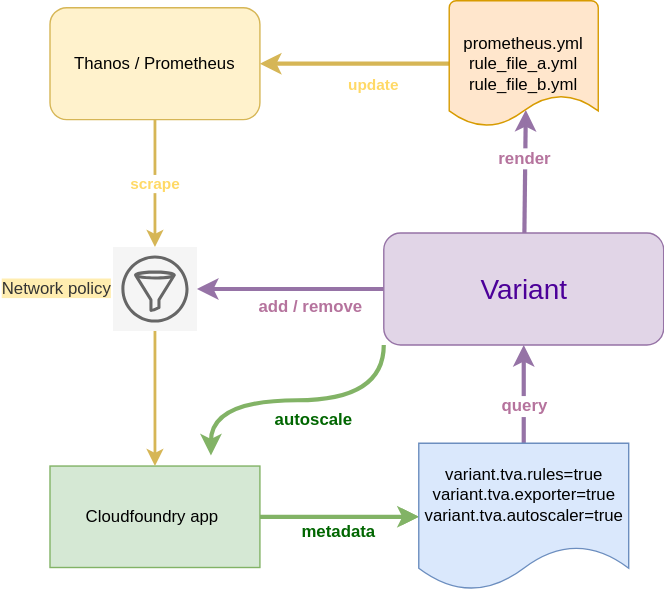
The draw.io diagram resources/variant.svg in philips-software/variant, before a commit. Source tidied: cells renumbered, new cells last; positions are measured from the earlier drawing's top-left corner, leaving out a move shared by most shapes. Source of this version:
```xml
<mxGraphModel>
  <root>
    <mxCell id="0" />
    <mxCell id="1" parent="0" />
    <mxCell id="2" value="&lt;b&gt;&lt;font color=&quot;#ffd966&quot;&gt;scrape&lt;/font&gt;&lt;/b&gt;" style="edgeStyle=orthogonalEdgeStyle;curved=1;jettySize=auto;html=1;strokeWidth=2;fillColor=#fff2cc;strokeColor=#d6b656;noEdgeStyle=1;" parent="1" edge="1" source="3" target="20">
      <mxGeometry relative="1" as="geometry" />
    </mxCell>
    <mxCell id="3" value="Thanos / Prometheus" style="rounded=1;whiteSpace=wrap;html=1;strokeWidth=1;fillColor=#fff2cc;strokeColor=#d6b656;" parent="1" vertex="1">
      <mxGeometry y="5" width="150" height="80" as="geometry" />
    </mxCell>
    <mxCell id="4" style="edgeStyle=orthogonalEdgeStyle;curved=1;jettySize=auto;html=1;entryX=0.514;entryY=0.867;entryDx=0;entryDy=0;entryPerimeter=0;strokeWidth=3;fillColor=#e1d5e7;strokeColor=#9673a6;noEdgeStyle=1;" parent="1" edge="1" source="8" target="11">
      <mxGeometry relative="1" as="geometry" />
    </mxCell>
    <mxCell id="5" value="&lt;b&gt;&lt;font style=&quot;font-size: 12px&quot; color=&quot;#b5739d&quot;&gt;render&lt;/font&gt;&lt;/b&gt;" style="edgeLabel;html=1;align=center;verticalAlign=middle;labelPosition=center;verticalLabelPosition=middle;" parent="4" vertex="1">
      <mxGeometry x="0.21" y="1" relative="1" as="geometry" />
    </mxCell>
    <mxCell id="6" style="edgeStyle=orthogonalEdgeStyle;curved=1;jettySize=auto;html=1;exitX=0;exitY=0.5;exitDx=0;exitDy=0;fillColor=#e1d5e7;strokeColor=#9673a6;strokeWidth=3;noEdgeStyle=1;" parent="1" edge="1" source="8" target="20">
      <mxGeometry relative="1" as="geometry" />
    </mxCell>
    <mxCell id="7" style="edgeStyle=orthogonalEdgeStyle;jettySize=auto;html=1;exitX=0;exitY=1;exitDx=0;exitDy=0;curved=1;strokeWidth=3;fillColor=#d5e8d4;strokeColor=#82b366;" parent="1" edge="1" source="8">
      <mxGeometry relative="1" as="geometry">
        <mxPoint x="115" y="325" as="targetPoint" />
      </mxGeometry>
    </mxCell>
    <mxCell id="8" value="&lt;font style=&quot;font-size: 20px&quot; color=&quot;#4c0099&quot;&gt;Variant&lt;/font&gt;" style="rounded=1;whiteSpace=wrap;html=1;strokeWidth=1;fillColor=#e1d5e7;strokeColor=#9673a6;" parent="1" vertex="1">
      <mxGeometry x="238.5" y="166" width="200" height="80" as="geometry" />
    </mxCell>
    <mxCell id="9" style="edgeStyle=orthogonalEdgeStyle;curved=1;jettySize=auto;html=1;entryX=1;entryY=0.5;entryDx=0;entryDy=0;strokeWidth=3;fillColor=#fff2cc;strokeColor=#d6b656;noEdgeStyle=1;" parent="1" edge="1" source="11" target="3">
      <mxGeometry relative="1" as="geometry" />
    </mxCell>
    <mxCell id="10" value="&lt;b&gt;&lt;font color=&quot;#ffd966&quot;&gt;update&lt;/font&gt;&lt;/b&gt;" style="edgeLabel;html=1;align=center;verticalAlign=top;labelPosition=center;verticalLabelPosition=bottom;" parent="9" vertex="1">
      <mxGeometry x="-0.18" y="2" relative="1" as="geometry" />
    </mxCell>
    <mxCell id="11" value="prometheus.yml&lt;br&gt;rule_file_a.yml&lt;br&gt;rule_file_b.yml" style="strokeWidth=1;html=1;shape=mxgraph.flowchart.document2;whiteSpace=wrap;size=0.25;fillColor=#ffe6cc;strokeColor=#d79b00;" parent="1" vertex="1">
      <mxGeometry x="285.2" width="106.5" height="90" as="geometry" />
    </mxCell>
    <mxCell id="12" style="edgeStyle=orthogonalEdgeStyle;curved=1;jettySize=auto;html=1;fillColor=#d5e8d4;strokeColor=#82b366;strokeWidth=2;noEdgeStyle=1;" parent="1" edge="1" source="15" target="18">
      <mxGeometry relative="1" as="geometry" />
    </mxCell>
    <mxCell id="13" value="&lt;b&gt;&lt;font style=&quot;font-size: 12px&quot; color=&quot;#006600&quot;&gt;metadata&lt;/font&gt;&lt;/b&gt;" style="edgeLabel;html=1;align=center;verticalAlign=top;labelPosition=center;verticalLabelPosition=bottom;" parent="12" vertex="1">
      <mxGeometry x="-0.03" y="3" relative="1" as="geometry" />
    </mxCell>
    <mxCell id="14" style="edgeStyle=orthogonalEdgeStyle;curved=1;jettySize=auto;html=1;strokeWidth=3;fillColor=#d5e8d4;strokeColor=#82b366;" parent="1" edge="1" source="15" target="18">
      <mxGeometry relative="1" as="geometry" />
    </mxCell>
    <mxCell id="15" value="Cloudfoundry app&amp;nbsp;" style="rounded=0;whiteSpace=wrap;html=1;strokeWidth=1;fillColor=#d5e8d4;strokeColor=#82b366;" parent="1" vertex="1">
      <mxGeometry y="332.5" width="150" height="72.5" as="geometry" />
    </mxCell>
    <mxCell id="16" style="edgeStyle=orthogonalEdgeStyle;curved=1;jettySize=auto;html=1;entryX=0.5;entryY=1;entryDx=0;entryDy=0;strokeWidth=3;fillColor=#e1d5e7;strokeColor=#9673a6;noEdgeStyle=1;" parent="1" edge="1" source="18" target="8">
      <mxGeometry relative="1" as="geometry" />
    </mxCell>
    <mxCell id="17" value="&lt;b&gt;&lt;font style=&quot;font-size: 12px&quot; color=&quot;#b5739d&quot;&gt;query&lt;/font&gt;&lt;/b&gt;" style="edgeLabel;html=1;align=center;verticalAlign=middle;labelPosition=center;verticalLabelPosition=middle;" parent="16" vertex="1">
      <mxGeometry x="-0.22" y="1" relative="1" as="geometry">
        <mxPoint x="1" as="offset" />
      </mxGeometry>
    </mxCell>
    <mxCell id="18" value="&lt;span&gt;variant.tva.rules=true&lt;/span&gt;&lt;br&gt;&lt;div&gt;&lt;span&gt;variant.tva.exporter=true&lt;/span&gt;&lt;/div&gt;&lt;div&gt;&lt;span&gt;variant.tva.autoscaler=true&lt;/span&gt;&lt;/div&gt;" style="shape=document;whiteSpace=wrap;html=1;boundedLbl=1;strokeWidth=1;fillColor=#dae8fc;strokeColor=#6c8ebf;align=center;" parent="1" vertex="1">
      <mxGeometry x="263.5" y="316.2" width="150" height="105" as="geometry" />
    </mxCell>
    <mxCell id="19" style="edgeStyle=orthogonalEdgeStyle;curved=1;jettySize=auto;html=1;strokeWidth=2;fillColor=#fff2cc;strokeColor=#d6b656;noEdgeStyle=1;labelPosition=left;verticalLabelPosition=middle;align=right;verticalAlign=middle;" parent="1" edge="1" source="20" target="15">
      <mxGeometry relative="1" as="geometry" />
    </mxCell>
    <mxCell id="20" value="&lt;span style=&quot;background-color: rgb(255 , 237 , 176)&quot;&gt;Network policy&lt;/span&gt;" style="outlineConnect=0;dashed=0;verticalLabelPosition=middle;verticalAlign=middle;align=right;html=1;fontSize=12;fontStyle=0;shape=mxgraph.aws4.resourceIcon;resIcon=mxgraph.aws4.filtering_rule;labelPosition=left;fillColor=#f5f5f5;strokeColor=#666666;fontColor=#333333;" parent="1" vertex="1">
      <mxGeometry x="45" y="176" width="60" height="60" as="geometry" />
    </mxCell>
    <mxCell id="21" value="&lt;b&gt;&lt;font color=&quot;#b5739d&quot; style=&quot;font-size: 12px&quot;&gt;add / remove&lt;/font&gt;&lt;/b&gt;" style="edgeLabel;html=1;align=center;verticalAlign=top;labelPosition=center;verticalLabelPosition=bottom;" parent="1" vertex="1">
      <mxGeometry x="185" y="205" as="geometry" />
    </mxCell>
    <mxCell id="22" value="&lt;b style=&quot;color: rgb(0 , 0 , 0) ; font-family: &amp;#34;helvetica&amp;#34; ; font-size: 11px ; font-style: normal ; letter-spacing: normal ; text-align: center ; text-indent: 0px ; text-transform: none ; word-spacing: 0px&quot;&gt;&lt;font color=&quot;#006600&quot; style=&quot;font-size: 12px&quot;&gt;autoscale&lt;/font&gt;&lt;/b&gt;" style="text;whiteSpace=wrap;html=1;" parent="1" vertex="1">
      <mxGeometry x="158.5" y="286.2" width="80" height="30" as="geometry" />
    </mxCell>
  </root>
</mxGraphModel>
```
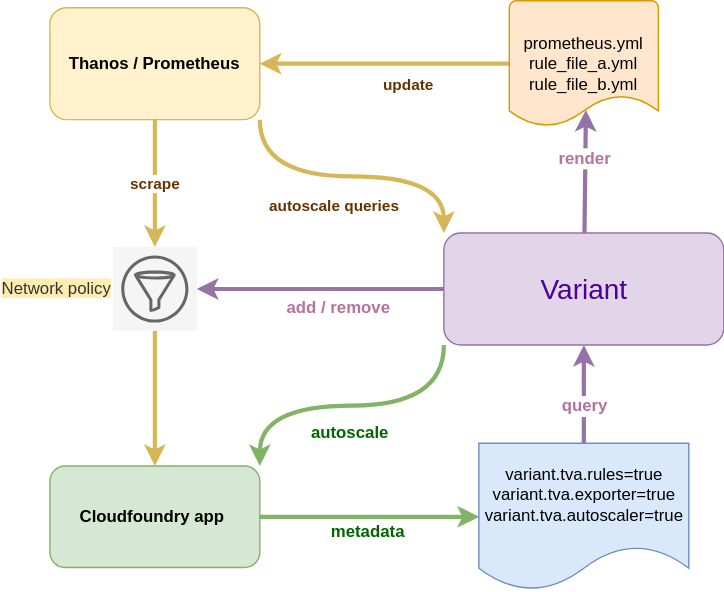
Later version of the same file.

Commit message:
Add autoscale queries

Diff of the diagram source:
```diff
@@ -2,10 +2,10 @@
   <root>
     <mxCell id="0" />
     <mxCell id="1" parent="0" />
-    <mxCell id="2" value="&lt;b&gt;&lt;font color=&quot;#ffd966&quot;&gt;scrape&lt;/font&gt;&lt;/b&gt;" style="edgeStyle=orthogonalEdgeStyle;curved=1;jettySize=auto;html=1;strokeWidth=2;fillColor=#fff2cc;strokeColor=#d6b656;noEdgeStyle=1;" parent="1" edge="1" source="3" target="20">
+    <mxCell id="2" value="&lt;b&gt;&lt;font color=&quot;#663300&quot;&gt;scrape&lt;/font&gt;&lt;/b&gt;" style="edgeStyle=orthogonalEdgeStyle;curved=1;jettySize=auto;html=1;strokeWidth=3;fillColor=#fff2cc;strokeColor=#d6b656;noEdgeStyle=1;" parent="1" edge="1" source="3" target="20">
       <mxGeometry relative="1" as="geometry" />
     </mxCell>
-    <mxCell id="3" value="Thanos / Prometheus" style="rounded=1;whiteSpace=wrap;html=1;strokeWidth=1;fillColor=#fff2cc;strokeColor=#d6b656;" parent="1" vertex="1">
+    <mxCell id="3" value="&lt;b&gt;Thanos / Prometheus&lt;/b&gt;" style="rounded=1;whiteSpace=wrap;html=1;strokeWidth=1;fillColor=#fff2cc;strokeColor=#d6b656;" parent="1" vertex="1">
       <mxGeometry y="5" width="150" height="80" as="geometry" />
     </mxCell>
     <mxCell id="4" style="edgeStyle=orthogonalEdgeStyle;curved=1;jettySize=auto;html=1;entryX=0.514;entryY=0.867;entryDx=0;entryDy=0;entryPerimeter=0;strokeWidth=3;fillColor=#e1d5e7;strokeColor=#9673a6;noEdgeStyle=1;" parent="1" edge="1" source="8" target="11">
@@ -17,22 +17,23 @@
     <mxCell id="6" style="edgeStyle=orthogonalEdgeStyle;curved=1;jettySize=auto;html=1;exitX=0;exitY=0.5;exitDx=0;exitDy=0;fillColor=#e1d5e7;strokeColor=#9673a6;strokeWidth=3;noEdgeStyle=1;" parent="1" edge="1" source="8" target="20">
       <mxGeometry relative="1" as="geometry" />
     </mxCell>
-    <mxCell id="7" style="edgeStyle=orthogonalEdgeStyle;jettySize=auto;html=1;exitX=0;exitY=1;exitDx=0;exitDy=0;curved=1;strokeWidth=3;fillColor=#d5e8d4;strokeColor=#82b366;" parent="1" edge="1" source="8">
-      <mxGeometry relative="1" as="geometry">
-        <mxPoint x="115" y="325" as="targetPoint" />
-      </mxGeometry>
+    <mxCell id="7" style="edgeStyle=orthogonalEdgeStyle;jettySize=auto;html=1;exitX=0;exitY=1;exitDx=0;exitDy=0;curved=1;strokeWidth=3;fillColor=#d5e8d4;strokeColor=#82b366;entryX=1;entryY=0;entryDx=0;entryDy=0;" parent="1" edge="1" source="8" target="15">
+      <mxGeometry relative="1" as="geometry" />
     </mxCell>
+    <mxCell id="23" style="edgeStyle=orthogonalEdgeStyle;curved=1;jettySize=auto;html=1;exitX=0;exitY=0;exitDx=0;exitDy=0;entryX=1;entryY=1;entryDx=0;entryDy=0;fontSize=20;fontColor=#4C0099;strokeWidth=3;fillColor=#fff2cc;strokeColor=#d6b656;endArrow=none;endFill=0;startArrow=classic;startFill=1;" parent="1" edge="1" source="8" target="3">
+      <mxGeometry relative="1" as="geometry" />
+    </mxCell>
     <mxCell id="8" value="&lt;font style=&quot;font-size: 20px&quot; color=&quot;#4c0099&quot;&gt;Variant&lt;/font&gt;" style="rounded=1;whiteSpace=wrap;html=1;strokeWidth=1;fillColor=#e1d5e7;strokeColor=#9673a6;" parent="1" vertex="1">
-      <mxGeometry x="238.5" y="166" width="200" height="80" as="geometry" />
+      <mxGeometry x="281.5" y="166" width="200" height="80" as="geometry" />
     </mxCell>
     <mxCell id="9" style="edgeStyle=orthogonalEdgeStyle;curved=1;jettySize=auto;html=1;entryX=1;entryY=0.5;entryDx=0;entryDy=0;strokeWidth=3;fillColor=#fff2cc;strokeColor=#d6b656;noEdgeStyle=1;" parent="1" edge="1" source="11" target="3">
       <mxGeometry relative="1" as="geometry" />
     </mxCell>
-    <mxCell id="10" value="&lt;b&gt;&lt;font color=&quot;#ffd966&quot;&gt;update&lt;/font&gt;&lt;/b&gt;" style="edgeLabel;html=1;align=center;verticalAlign=top;labelPosition=center;verticalLabelPosition=bottom;" parent="9" vertex="1">
+    <mxCell id="10" value="&lt;b&gt;&lt;font color=&quot;#663300&quot;&gt;update&lt;/font&gt;&lt;/b&gt;" style="edgeLabel;html=1;align=center;verticalAlign=top;labelPosition=center;verticalLabelPosition=bottom;" parent="9" vertex="1">
       <mxGeometry x="-0.18" y="2" relative="1" as="geometry" />
     </mxCell>
     <mxCell id="11" value="prometheus.yml&lt;br&gt;rule_file_a.yml&lt;br&gt;rule_file_b.yml" style="strokeWidth=1;html=1;shape=mxgraph.flowchart.document2;whiteSpace=wrap;size=0.25;fillColor=#ffe6cc;strokeColor=#d79b00;" parent="1" vertex="1">
-      <mxGeometry x="285.2" width="106.5" height="90" as="geometry" />
+      <mxGeometry x="328.2" width="106.5" height="90" as="geometry" />
     </mxCell>
     <mxCell id="12" style="edgeStyle=orthogonalEdgeStyle;curved=1;jettySize=auto;html=1;fillColor=#d5e8d4;strokeColor=#82b366;strokeWidth=2;noEdgeStyle=1;" parent="1" edge="1" source="15" target="18">
       <mxGeometry relative="1" as="geometry" />
@@ -43,7 +44,7 @@
     <mxCell id="14" style="edgeStyle=orthogonalEdgeStyle;curved=1;jettySize=auto;html=1;strokeWidth=3;fillColor=#d5e8d4;strokeColor=#82b366;" parent="1" edge="1" source="15" target="18">
       <mxGeometry relative="1" as="geometry" />
     </mxCell>
-    <mxCell id="15" value="Cloudfoundry app&amp;nbsp;" style="rounded=0;whiteSpace=wrap;html=1;strokeWidth=1;fillColor=#d5e8d4;strokeColor=#82b366;" parent="1" vertex="1">
+    <mxCell id="15" value="&lt;b&gt;Cloudfoundry app&amp;nbsp;&lt;/b&gt;" style="rounded=1;whiteSpace=wrap;html=1;strokeWidth=1;fillColor=#d5e8d4;strokeColor=#82b366;" parent="1" vertex="1">
       <mxGeometry y="332.5" width="150" height="72.5" as="geometry" />
     </mxCell>
     <mxCell id="16" style="edgeStyle=orthogonalEdgeStyle;curved=1;jettySize=auto;html=1;entryX=0.5;entryY=1;entryDx=0;entryDy=0;strokeWidth=3;fillColor=#e1d5e7;strokeColor=#9673a6;noEdgeStyle=1;" parent="1" edge="1" source="18" target="8">
@@ -55,19 +56,22 @@
       </mxGeometry>
     </mxCell>
     <mxCell id="18" value="&lt;span&gt;variant.tva.rules=true&lt;/span&gt;&lt;br&gt;&lt;div&gt;&lt;span&gt;variant.tva.exporter=true&lt;/span&gt;&lt;/div&gt;&lt;div&gt;&lt;span&gt;variant.tva.autoscaler=true&lt;/span&gt;&lt;/div&gt;" style="shape=document;whiteSpace=wrap;html=1;boundedLbl=1;strokeWidth=1;fillColor=#dae8fc;strokeColor=#6c8ebf;align=center;" parent="1" vertex="1">
-      <mxGeometry x="263.5" y="316.2" width="150" height="105" as="geometry" />
+      <mxGeometry x="306.5" y="316.2" width="150" height="105" as="geometry" />
     </mxCell>
-    <mxCell id="19" style="edgeStyle=orthogonalEdgeStyle;curved=1;jettySize=auto;html=1;strokeWidth=2;fillColor=#fff2cc;strokeColor=#d6b656;noEdgeStyle=1;labelPosition=left;verticalLabelPosition=middle;align=right;verticalAlign=middle;" parent="1" edge="1" source="20" target="15">
+    <mxCell id="19" style="edgeStyle=orthogonalEdgeStyle;curved=1;jettySize=auto;html=1;strokeWidth=3;fillColor=#fff2cc;strokeColor=#d6b656;noEdgeStyle=1;labelPosition=left;verticalLabelPosition=middle;align=right;verticalAlign=middle;" parent="1" edge="1" source="20" target="15">
       <mxGeometry relative="1" as="geometry" />
     </mxCell>
     <mxCell id="20" value="&lt;span style=&quot;background-color: rgb(255 , 237 , 176)&quot;&gt;Network policy&lt;/span&gt;" style="outlineConnect=0;dashed=0;verticalLabelPosition=middle;verticalAlign=middle;align=right;html=1;fontSize=12;fontStyle=0;shape=mxgraph.aws4.resourceIcon;resIcon=mxgraph.aws4.filtering_rule;labelPosition=left;fillColor=#f5f5f5;strokeColor=#666666;fontColor=#333333;" parent="1" vertex="1">
       <mxGeometry x="45" y="176" width="60" height="60" as="geometry" />
     </mxCell>
     <mxCell id="21" value="&lt;b&gt;&lt;font color=&quot;#b5739d&quot; style=&quot;font-size: 12px&quot;&gt;add / remove&lt;/font&gt;&lt;/b&gt;" style="edgeLabel;html=1;align=center;verticalAlign=top;labelPosition=center;verticalLabelPosition=bottom;" parent="1" vertex="1">
-      <mxGeometry x="185" y="205" as="geometry" />
+      <mxGeometry x="205" y="206" as="geometry" />
     </mxCell>
     <mxCell id="22" value="&lt;b style=&quot;color: rgb(0 , 0 , 0) ; font-family: &amp;#34;helvetica&amp;#34; ; font-size: 11px ; font-style: normal ; letter-spacing: normal ; text-align: center ; text-indent: 0px ; text-transform: none ; word-spacing: 0px&quot;&gt;&lt;font color=&quot;#006600&quot; style=&quot;font-size: 12px&quot;&gt;autoscale&lt;/font&gt;&lt;/b&gt;" style="text;whiteSpace=wrap;html=1;" parent="1" vertex="1">
-      <mxGeometry x="158.5" y="286.2" width="80" height="30" as="geometry" />
+      <mxGeometry x="185" y="295" width="80" height="30" as="geometry" />
     </mxCell>
+    <mxCell id="24" value="&lt;div style=&quot;text-align: center&quot;&gt;&lt;span style=&quot;font-size: 11px&quot;&gt;&lt;font face=&quot;helvetica&quot;&gt;&lt;b&gt;autoscale queries&lt;/b&gt;&lt;/font&gt;&lt;/span&gt;&lt;/div&gt;" style="text;whiteSpace=wrap;html=1;fontSize=20;fontColor=#663300;" parent="1" vertex="1">
+      <mxGeometry x="155" y="125" width="100" height="19" as="geometry" />
+    </mxCell>
   </root>
 </mxGraphModel>
```
